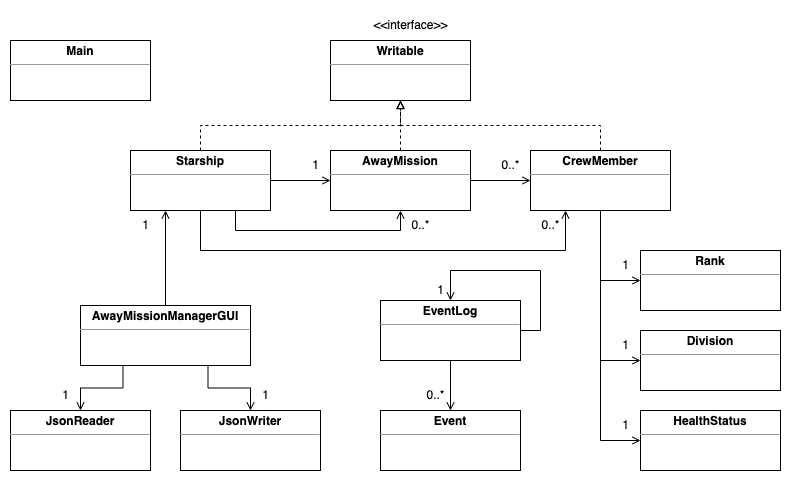
Above: UML_Design_Diagram.png in Christine-Anderson/away-mission-manager (draw.io), before the change. Source tidied: cells renumbered, new cells last; positions are measured from the earlier drawing's top-left corner, leaving out a move shared by most shapes. Source of this version:
```xml
<mxGraphModel>
  <root>
    <mxCell id="0" />
    <mxCell id="1" parent="0" />
    <mxCell id="2" value="&lt;p style=&quot;margin:0px;margin-top:4px;text-align:center;&quot;&gt;&lt;b&gt;JsonWriter&lt;/b&gt;&lt;/p&gt;&lt;hr size=&quot;1&quot;&gt;&lt;div style=&quot;height:2px;&quot;&gt;&lt;/div&gt;" style="verticalAlign=top;align=left;overflow=fill;fontSize=12;fontFamily=Helvetica;html=1;" parent="1" vertex="1">
      <mxGeometry x="170" y="400" width="140" height="60" as="geometry" />
    </mxCell>
    <mxCell id="3" value="&lt;p style=&quot;margin:0px;margin-top:4px;text-align:center;&quot;&gt;&lt;b&gt;JsonReader&lt;/b&gt;&lt;/p&gt;&lt;hr size=&quot;1&quot;&gt;&lt;div style=&quot;height:2px;&quot;&gt;&lt;/div&gt;" style="verticalAlign=top;align=left;overflow=fill;fontSize=12;fontFamily=Helvetica;html=1;" parent="1" vertex="1">
      <mxGeometry y="400" width="140" height="60" as="geometry" />
    </mxCell>
    <mxCell id="4" value="&lt;p style=&quot;margin:0px;margin-top:4px;text-align:center;&quot;&gt;&lt;b&gt;HealthStatus&lt;/b&gt;&lt;/p&gt;&lt;hr size=&quot;1&quot;&gt;&lt;div style=&quot;height:2px;&quot;&gt;&lt;/div&gt;" style="verticalAlign=top;align=left;overflow=fill;fontSize=12;fontFamily=Helvetica;html=1;" parent="1" vertex="1">
      <mxGeometry x="630" y="400" width="140" height="60" as="geometry" />
    </mxCell>
    <mxCell id="5" value="&lt;p style=&quot;margin:0px;margin-top:4px;text-align:center;&quot;&gt;&lt;b&gt;Division&lt;/b&gt;&lt;/p&gt;&lt;hr size=&quot;1&quot;&gt;&lt;div style=&quot;height:2px;&quot;&gt;&lt;/div&gt;" style="verticalAlign=top;align=left;overflow=fill;fontSize=12;fontFamily=Helvetica;html=1;" parent="1" vertex="1">
      <mxGeometry x="630" y="320" width="140" height="60" as="geometry" />
    </mxCell>
    <mxCell id="6" value="&lt;p style=&quot;margin:0px;margin-top:4px;text-align:center;&quot;&gt;&lt;b&gt;Rank&lt;/b&gt;&lt;/p&gt;&lt;hr size=&quot;1&quot;&gt;&lt;div style=&quot;height:2px;&quot;&gt;&lt;/div&gt;" style="verticalAlign=top;align=left;overflow=fill;fontSize=12;fontFamily=Helvetica;html=1;" parent="1" vertex="1">
      <mxGeometry x="630" y="240" width="140" height="60" as="geometry" />
    </mxCell>
    <mxCell id="7" style="edgeStyle=orthogonalEdgeStyle;rounded=0;jettySize=auto;html=1;exitX=0.5;exitY=0;exitDx=0;exitDy=0;entryX=0.25;entryY=1;entryDx=0;entryDy=0;startArrow=none;startFill=0;endArrow=open;endFill=0;" parent="1" edge="1" source="10" target="28">
      <mxGeometry relative="1" as="geometry" />
    </mxCell>
    <mxCell id="8" style="edgeStyle=orthogonalEdgeStyle;rounded=0;jettySize=auto;html=1;exitX=0.25;exitY=1;exitDx=0;exitDy=0;startArrow=none;startFill=0;endArrow=open;endFill=0;" parent="1" edge="1" source="10" target="3">
      <mxGeometry relative="1" as="geometry" />
    </mxCell>
    <mxCell id="9" style="edgeStyle=orthogonalEdgeStyle;rounded=0;jettySize=auto;html=1;exitX=0.75;exitY=1;exitDx=0;exitDy=0;entryX=0.5;entryY=0;entryDx=0;entryDy=0;startArrow=none;startFill=0;endArrow=open;endFill=0;" parent="1" edge="1" source="10" target="2">
      <mxGeometry relative="1" as="geometry" />
    </mxCell>
    <mxCell id="10" value="&lt;p style=&quot;margin:0px;margin-top:4px;text-align:center;&quot;&gt;&lt;b&gt;AwayMissionManagerGUI&lt;/b&gt;&lt;/p&gt;&lt;hr size=&quot;1&quot;&gt;&lt;div style=&quot;height:2px;&quot;&gt;&lt;/div&gt;" style="verticalAlign=top;align=left;overflow=fill;fontSize=12;fontFamily=Helvetica;html=1;" parent="1" vertex="1">
      <mxGeometry x="70" y="295" width="170" height="60" as="geometry" />
    </mxCell>
    <mxCell id="11" value="&lt;p style=&quot;margin:0px;margin-top:4px;text-align:center;&quot;&gt;&lt;b&gt;Main&lt;/b&gt;&lt;/p&gt;&lt;hr size=&quot;1&quot;&gt;&lt;div style=&quot;height:2px;&quot;&gt;&lt;/div&gt;" style="verticalAlign=top;align=left;overflow=fill;fontSize=12;fontFamily=Helvetica;html=1;" parent="1" vertex="1">
      <mxGeometry y="30" width="140" height="60" as="geometry" />
    </mxCell>
    <mxCell id="12" style="edgeStyle=orthogonalEdgeStyle;rounded=0;jettySize=auto;html=1;exitX=0.5;exitY=1;exitDx=0;exitDy=0;entryX=0.5;entryY=0;entryDx=0;entryDy=0;endArrow=open;endFill=0;" parent="1" edge="1" source="14" target="15">
      <mxGeometry relative="1" as="geometry" />
    </mxCell>
    <mxCell id="13" style="edgeStyle=orthogonalEdgeStyle;rounded=0;orthogonalLoop=1;jettySize=auto;html=1;exitX=1;exitY=0.5;exitDx=0;exitDy=0;entryX=0.5;entryY=0;entryDx=0;entryDy=0;endArrow=open;endFill=0;" parent="1" edge="1" source="14" target="14">
      <mxGeometry relative="1" as="geometry">
        <Array as="points">
          <mxPoint x="530" y="320" />
          <mxPoint x="530" y="260" />
          <mxPoint x="440" y="260" />
        </Array>
      </mxGeometry>
    </mxCell>
    <mxCell id="14" value="&lt;p style=&quot;margin:0px;margin-top:4px;text-align:center;&quot;&gt;&lt;b&gt;EventLog&lt;/b&gt;&lt;/p&gt;&lt;hr size=&quot;1&quot;&gt;&lt;div style=&quot;height:2px;&quot;&gt;&lt;/div&gt;" style="verticalAlign=top;align=left;overflow=fill;fontSize=12;fontFamily=Helvetica;html=1;" parent="1" vertex="1">
      <mxGeometry x="370" y="290" width="140" height="60" as="geometry" />
    </mxCell>
    <mxCell id="15" value="&lt;p style=&quot;margin:0px;margin-top:4px;text-align:center;&quot;&gt;&lt;b&gt;Event&lt;/b&gt;&lt;/p&gt;&lt;hr size=&quot;1&quot;&gt;&lt;div style=&quot;height:2px;&quot;&gt;&lt;/div&gt;" style="verticalAlign=top;align=left;overflow=fill;fontSize=12;fontFamily=Helvetica;html=1;" parent="1" vertex="1">
      <mxGeometry x="370" y="400" width="140" height="60" as="geometry" />
    </mxCell>
    <mxCell id="16" style="edgeStyle=orthogonalEdgeStyle;rounded=0;jettySize=auto;html=1;exitX=0.5;exitY=0;exitDx=0;exitDy=0;entryX=0.5;entryY=1;entryDx=0;entryDy=0;dashed=1;startArrow=none;startFill=0;endArrow=block;endFill=0;" parent="1" edge="1" source="20" target="29">
      <mxGeometry relative="1" as="geometry" />
    </mxCell>
    <mxCell id="17" style="edgeStyle=orthogonalEdgeStyle;rounded=0;jettySize=auto;html=1;exitX=0.5;exitY=1;exitDx=0;exitDy=0;entryX=0;entryY=0.5;entryDx=0;entryDy=0;startArrow=none;startFill=0;endArrow=open;endFill=0;" parent="1" edge="1" source="20" target="4">
      <mxGeometry relative="1" as="geometry" />
    </mxCell>
    <mxCell id="18" style="edgeStyle=orthogonalEdgeStyle;rounded=0;jettySize=auto;html=1;exitX=0.5;exitY=1;exitDx=0;exitDy=0;entryX=0;entryY=0.5;entryDx=0;entryDy=0;startArrow=none;startFill=0;endArrow=open;endFill=0;" parent="1" edge="1" source="20" target="5">
      <mxGeometry relative="1" as="geometry" />
    </mxCell>
    <mxCell id="19" style="edgeStyle=orthogonalEdgeStyle;rounded=0;jettySize=auto;html=1;exitX=0.5;exitY=1;exitDx=0;exitDy=0;entryX=0;entryY=0.5;entryDx=0;entryDy=0;startArrow=none;startFill=0;endArrow=open;endFill=0;" parent="1" edge="1" source="20" target="6">
      <mxGeometry relative="1" as="geometry" />
    </mxCell>
    <mxCell id="20" value="&lt;p style=&quot;margin:0px;margin-top:4px;text-align:center;&quot;&gt;&lt;b&gt;CrewMember&lt;/b&gt;&lt;/p&gt;&lt;hr size=&quot;1&quot;&gt;&lt;div style=&quot;height:2px;&quot;&gt;&lt;/div&gt;" style="verticalAlign=top;align=left;overflow=fill;fontSize=12;fontFamily=Helvetica;html=1;" parent="1" vertex="1">
      <mxGeometry x="520" y="140" width="140" height="60" as="geometry" />
    </mxCell>
    <mxCell id="21" style="edgeStyle=orthogonalEdgeStyle;rounded=0;jettySize=auto;html=1;exitX=0.5;exitY=0;exitDx=0;exitDy=0;entryX=0.5;entryY=1;entryDx=0;entryDy=0;startArrow=none;startFill=0;endArrow=block;endFill=0;dashed=1;" parent="1" edge="1" source="23" target="29">
      <mxGeometry relative="1" as="geometry" />
    </mxCell>
    <mxCell id="22" style="edgeStyle=orthogonalEdgeStyle;rounded=0;jettySize=auto;html=1;exitX=1;exitY=0.5;exitDx=0;exitDy=0;entryX=0;entryY=0.5;entryDx=0;entryDy=0;startArrow=none;startFill=0;endArrow=open;endFill=0;" parent="1" edge="1" source="23" target="20">
      <mxGeometry relative="1" as="geometry" />
    </mxCell>
    <mxCell id="23" value="&lt;p style=&quot;margin:0px;margin-top:4px;text-align:center;&quot;&gt;&lt;b&gt;AwayMission&lt;/b&gt;&lt;/p&gt;&lt;hr size=&quot;1&quot;&gt;&lt;div style=&quot;height:2px;&quot;&gt;&lt;/div&gt;" style="verticalAlign=top;align=left;overflow=fill;fontSize=12;fontFamily=Helvetica;html=1;" parent="1" vertex="1">
      <mxGeometry x="320" y="140" width="140" height="60" as="geometry" />
    </mxCell>
    <mxCell id="24" style="edgeStyle=orthogonalEdgeStyle;rounded=0;jettySize=auto;html=1;exitX=0.5;exitY=0;exitDx=0;exitDy=0;entryX=0.5;entryY=1;entryDx=0;entryDy=0;dashed=1;startArrow=none;startFill=0;endArrow=block;endFill=0;" parent="1" edge="1" source="28" target="29">
      <mxGeometry relative="1" as="geometry" />
    </mxCell>
    <mxCell id="25" style="edgeStyle=orthogonalEdgeStyle;rounded=0;jettySize=auto;html=1;exitX=1;exitY=0.5;exitDx=0;exitDy=0;entryX=0;entryY=0.5;entryDx=0;entryDy=0;startArrow=none;startFill=0;endArrow=open;endFill=0;" parent="1" edge="1" source="28" target="23">
      <mxGeometry relative="1" as="geometry" />
    </mxCell>
    <mxCell id="26" style="edgeStyle=orthogonalEdgeStyle;rounded=0;jettySize=auto;html=1;exitX=0.75;exitY=1;exitDx=0;exitDy=0;entryX=0.5;entryY=1;entryDx=0;entryDy=0;startArrow=none;startFill=0;endArrow=open;endFill=0;" parent="1" edge="1" source="28" target="23">
      <mxGeometry relative="1" as="geometry">
        <Array as="points">
          <mxPoint x="225" y="220" />
          <mxPoint x="390" y="220" />
        </Array>
      </mxGeometry>
    </mxCell>
    <mxCell id="27" style="edgeStyle=orthogonalEdgeStyle;rounded=0;jettySize=auto;html=1;exitX=0.5;exitY=1;exitDx=0;exitDy=0;entryX=0.25;entryY=1;entryDx=0;entryDy=0;startArrow=none;startFill=0;endArrow=open;endFill=0;" parent="1" edge="1" source="28" target="20">
      <mxGeometry relative="1" as="geometry">
        <Array as="points">
          <mxPoint x="190" y="240" />
          <mxPoint x="555" y="240" />
        </Array>
      </mxGeometry>
    </mxCell>
    <mxCell id="28" value="&lt;p style=&quot;margin:0px;margin-top:4px;text-align:center;&quot;&gt;&lt;b&gt;Starship&lt;/b&gt;&lt;/p&gt;&lt;hr size=&quot;1&quot;&gt;&lt;div style=&quot;height:2px;&quot;&gt;&lt;/div&gt;" style="verticalAlign=top;align=left;overflow=fill;fontSize=12;fontFamily=Helvetica;html=1;" parent="1" vertex="1">
      <mxGeometry x="120" y="140" width="140" height="60" as="geometry" />
    </mxCell>
    <mxCell id="29" value="&lt;p style=&quot;margin:0px;margin-top:4px;text-align:center;&quot;&gt;&lt;b&gt;Writable&lt;/b&gt;&lt;/p&gt;&lt;hr size=&quot;1&quot;&gt;&lt;div style=&quot;height:2px;&quot;&gt;&lt;/div&gt;" style="verticalAlign=top;align=left;overflow=fill;fontSize=12;fontFamily=Helvetica;html=1;" parent="1" vertex="1">
      <mxGeometry x="320" y="30" width="140" height="60" as="geometry" />
    </mxCell>
    <mxCell id="30" value="&amp;lt;&amp;lt;interface&amp;gt;&amp;gt;" style="text;html=1;align=center;verticalAlign=middle;strokeColor=none;fillColor=none;" parent="1" vertex="1">
      <mxGeometry x="350" width="100" height="30" as="geometry" />
    </mxCell>
    <mxCell id="31" value="0..*" style="text;html=1;align=center;verticalAlign=middle;strokeColor=none;fillColor=none;" parent="1" vertex="1">
      <mxGeometry x="405" y="370" width="40" height="30" as="geometry" />
    </mxCell>
    <mxCell id="32" value="1" style="text;html=1;align=center;verticalAlign=middle;strokeColor=none;fillColor=none;" parent="1" vertex="1">
      <mxGeometry x="415" y="265" width="30" height="30" as="geometry" />
    </mxCell>
    <mxCell id="33" value="1" style="text;html=1;align=center;verticalAlign=middle;strokeColor=none;fillColor=none;" parent="1" vertex="1">
      <mxGeometry x="600" y="240" width="30" height="30" as="geometry" />
    </mxCell>
    <mxCell id="34" value="1" style="text;html=1;align=center;verticalAlign=middle;strokeColor=none;fillColor=none;" parent="1" vertex="1">
      <mxGeometry x="600" y="320" width="30" height="30" as="geometry" />
    </mxCell>
    <mxCell id="35" value="1" style="text;html=1;align=center;verticalAlign=middle;strokeColor=none;fillColor=none;" parent="1" vertex="1">
      <mxGeometry x="600" y="400" width="30" height="30" as="geometry" />
    </mxCell>
    <mxCell id="36" value="0..*" style="text;html=1;align=center;verticalAlign=middle;strokeColor=none;fillColor=none;" parent="1" vertex="1">
      <mxGeometry x="480" y="140" width="40" height="30" as="geometry" />
    </mxCell>
    <mxCell id="37" value="1" style="text;html=1;align=center;verticalAlign=middle;strokeColor=none;fillColor=none;" parent="1" vertex="1">
      <mxGeometry x="290" y="140" width="30" height="30" as="geometry" />
    </mxCell>
    <mxCell id="38" value="0..*" style="text;html=1;align=center;verticalAlign=middle;strokeColor=none;fillColor=none;" parent="1" vertex="1">
      <mxGeometry x="390" y="200" width="40" height="30" as="geometry" />
    </mxCell>
    <mxCell id="39" value="0..*" style="text;html=1;align=center;verticalAlign=middle;strokeColor=none;fillColor=none;" parent="1" vertex="1">
      <mxGeometry x="520" y="200" width="40" height="30" as="geometry" />
    </mxCell>
    <mxCell id="40" value="1" style="text;html=1;align=center;verticalAlign=middle;strokeColor=none;fillColor=none;" parent="1" vertex="1">
      <mxGeometry x="240" y="370" width="30" height="30" as="geometry" />
    </mxCell>
    <mxCell id="41" value="1" style="text;html=1;align=center;verticalAlign=middle;strokeColor=none;fillColor=none;" parent="1" vertex="1">
      <mxGeometry x="40" y="370" width="30" height="30" as="geometry" />
    </mxCell>
    <mxCell id="42" value="1" style="text;html=1;align=center;verticalAlign=middle;strokeColor=none;fillColor=none;" parent="1" vertex="1">
      <mxGeometry x="120" y="200" width="30" height="30" as="geometry" />
    </mxCell>
  </root>
</mxGraphModel>
```
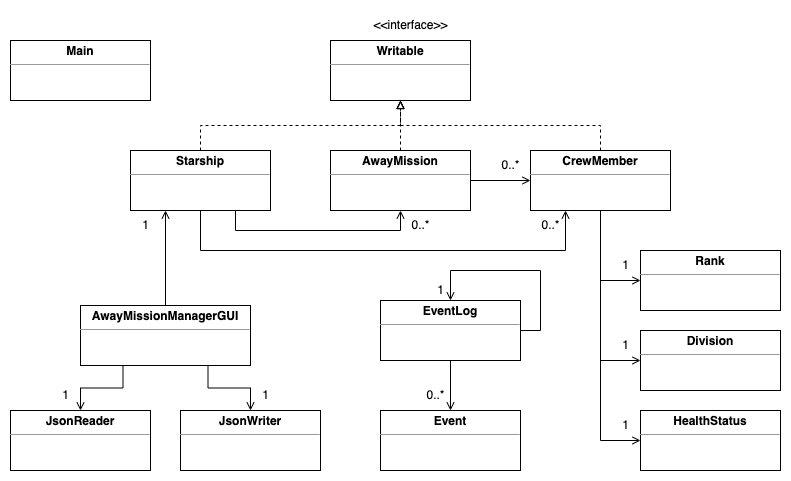
Later version of the same file.

Change to the diagram source:
```diff
@@ -77,9 +77,6 @@
     <mxCell id="24" style="edgeStyle=orthogonalEdgeStyle;rounded=0;jettySize=auto;html=1;exitX=0.5;exitY=0;exitDx=0;exitDy=0;entryX=0.5;entryY=1;entryDx=0;entryDy=0;dashed=1;startArrow=none;startFill=0;endArrow=block;endFill=0;" parent="1" edge="1" source="28" target="29">
       <mxGeometry relative="1" as="geometry" />
     </mxCell>
-    <mxCell id="25" style="edgeStyle=orthogonalEdgeStyle;rounded=0;jettySize=auto;html=1;exitX=1;exitY=0.5;exitDx=0;exitDy=0;entryX=0;entryY=0.5;entryDx=0;entryDy=0;startArrow=none;startFill=0;endArrow=open;endFill=0;" parent="1" edge="1" source="28" target="23">
-      <mxGeometry relative="1" as="geometry" />
-    </mxCell>
     <mxCell id="26" style="edgeStyle=orthogonalEdgeStyle;rounded=0;jettySize=auto;html=1;exitX=0.75;exitY=1;exitDx=0;exitDy=0;entryX=0.5;entryY=1;entryDx=0;entryDy=0;startArrow=none;startFill=0;endArrow=open;endFill=0;" parent="1" edge="1" source="28" target="23">
       <mxGeometry relative="1" as="geometry">
         <Array as="points">
@@ -123,9 +120,6 @@
     <mxCell id="36" value="0..*" style="text;html=1;align=center;verticalAlign=middle;strokeColor=none;fillColor=none;" parent="1" vertex="1">
       <mxGeometry x="480" y="140" width="40" height="30" as="geometry" />
     </mxCell>
-    <mxCell id="37" value="1" style="text;html=1;align=center;verticalAlign=middle;strokeColor=none;fillColor=none;" parent="1" vertex="1">
-      <mxGeometry x="290" y="140" width="30" height="30" as="geometry" />
-    </mxCell>
     <mxCell id="38" value="0..*" style="text;html=1;align=center;verticalAlign=middle;strokeColor=none;fillColor=none;" parent="1" vertex="1">
       <mxGeometry x="390" y="200" width="40" height="30" as="geometry" />
     </mxCell>
```
